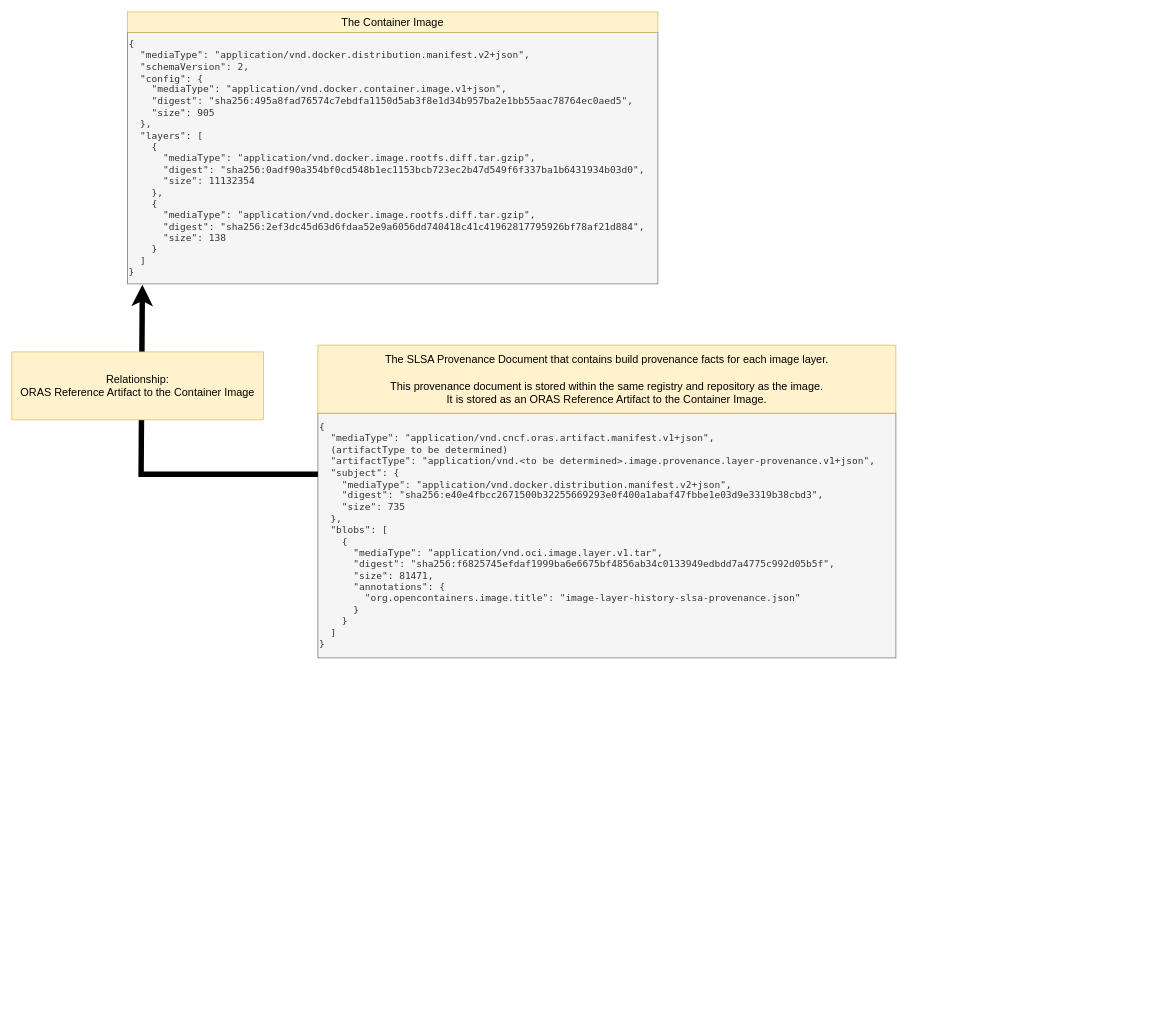
Above: docs/media/readme/image-layer-provenance-document-stored-as-oras-reference-artifact.drawio in deislabs/image-layer-provenance (draw.io), before the change. Source tidied: cells renumbered, new cells numbered last; positions are measured from the earlier drawing's top-left corner, leaving out a move shared by most shapes. Both pictures are drawn from the tidied source at 68%, with x=0, y=0 at pixel (12, 12).
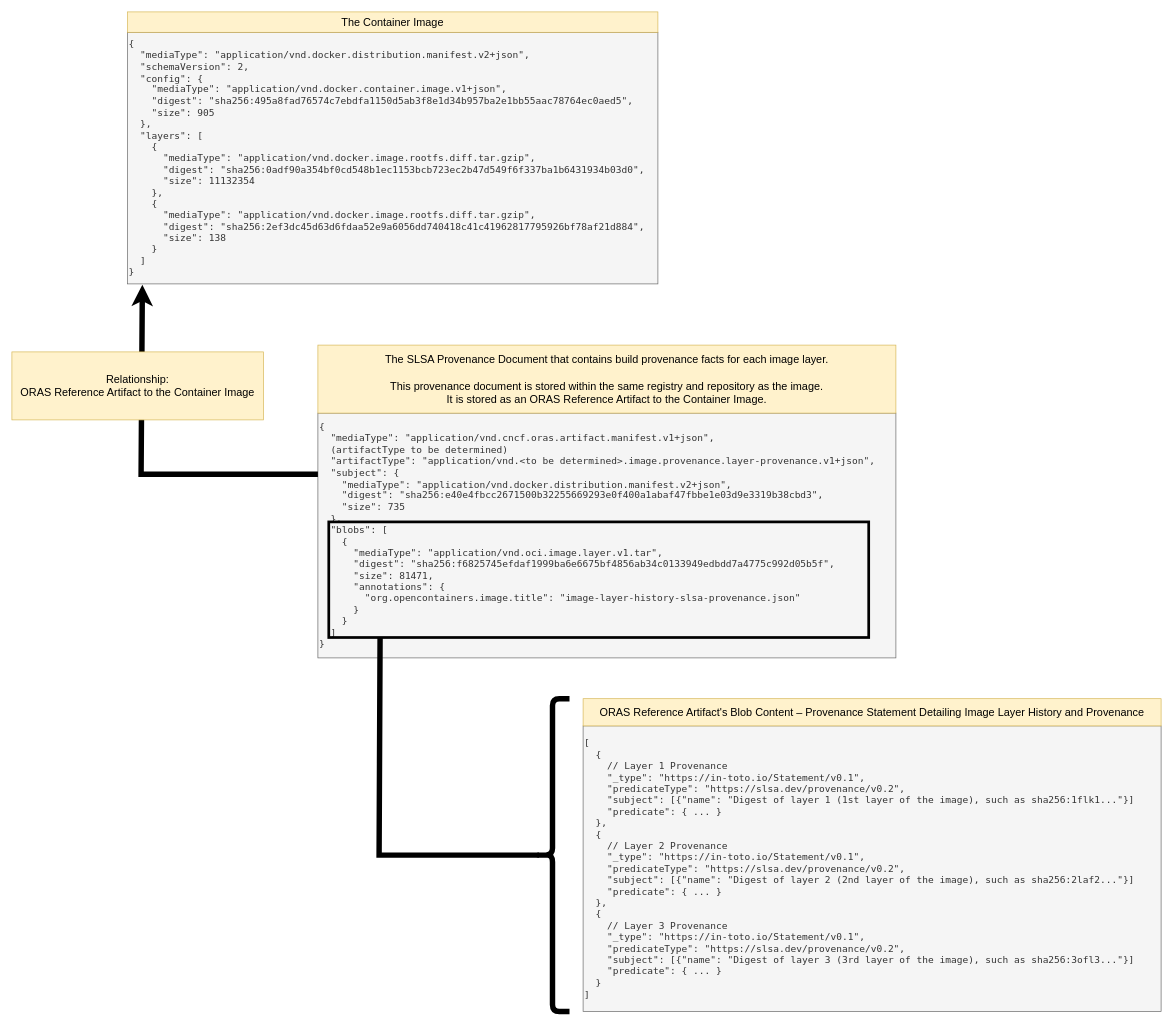
After the change.

Diff of the diagram source:
```diff
@@
 <mxGraphModel>
   <root>
     <mxCell id="0" />
     <mxCell id="1" parent="0" />
     <mxCell id="2" value="&lt;div&gt;{&lt;/div&gt;&lt;div&gt;&amp;nbsp; &quot;mediaType&quot;: &quot;application/vnd.cncf.oras.artifact.manifest.v1+json&quot;,&lt;/div&gt;&lt;div&gt;&amp;nbsp; (artifactType to be determined)&lt;/div&gt;&lt;div&gt;&amp;nbsp; &quot;artifactType&quot;: &quot;application/vnd.&amp;lt;to be determined&amp;gt;.image.provenance.layer-provenance.v1+json&quot;,&lt;/div&gt;&lt;div&gt;&amp;nbsp; &quot;subject&quot;: {&lt;/div&gt;&lt;div&gt;&amp;nbsp; &amp;nbsp; &quot;mediaType&quot;: &quot;application/vnd.docker.distribution.manifest.v2+json&quot;,&lt;/div&gt;&lt;div&gt;&amp;nbsp; &amp;nbsp; &quot;digest&quot;: &quot;sha256:e40e4fbcc2671500b32255669293e0f400a1abaf47fbbe1e03d9e3319b38cbd3&quot;,&lt;/div&gt;&lt;div&gt;&amp;nbsp; &amp;nbsp; &quot;size&quot;: 735&lt;/div&gt;&lt;div&gt;&amp;nbsp; },&lt;/div&gt;&lt;div&gt;&amp;nbsp; &quot;blobs&quot;: [&lt;/div&gt;&lt;div&gt;&amp;nbsp; &amp;nbsp; {&lt;/div&gt;&lt;div&gt;&amp;nbsp; &amp;nbsp; &amp;nbsp; &quot;mediaType&quot;: &quot;application/vnd.oci.image.layer.v1.tar&quot;,&lt;/div&gt;&lt;div&gt;&amp;nbsp; &amp;nbsp; &amp;nbsp; &quot;digest&quot;: &quot;sha256:f6825745efdaf1999ba6e6675bf4856ab34c0133949edbdd7a4775c992d05b5f&quot;,&lt;/div&gt;&lt;div&gt;&amp;nbsp; &amp;nbsp; &amp;nbsp; &quot;size&quot;: 81471,&lt;/div&gt;&lt;div&gt;&amp;nbsp; &amp;nbsp; &amp;nbsp; &quot;annotations&quot;: {&lt;/div&gt;&lt;div&gt;&amp;nbsp; &amp;nbsp; &amp;nbsp; &amp;nbsp; &quot;org.opencontainers.image.title&quot;: &quot;image-layer-history-slsa-provenance.json&quot;&lt;/div&gt;&lt;div&gt;&amp;nbsp; &amp;nbsp; &amp;nbsp; }&lt;/div&gt;&lt;div&gt;&amp;nbsp; &amp;nbsp; }&lt;/div&gt;&lt;div&gt;&amp;nbsp; ]&lt;/div&gt;&lt;div&gt;}&lt;/div&gt;" style="text;html=1;strokeColor=#666666;fillColor=#f5f5f5;align=left;verticalAlign=middle;whiteSpace=wrap;rounded=0;fontFamily=Lucida Console;fontSize=14;fontColor=#333333;" parent="1" vertex="1">
       <mxGeometry x="450" y="590" width="850" height="360" as="geometry" />
     </mxCell>
     <mxCell id="3" value="&lt;div&gt;{&lt;/div&gt;&lt;div&gt;&amp;nbsp; &quot;mediaType&quot;: &quot;application/vnd.docker.distribution.manifest.v2+json&quot;,&lt;/div&gt;&lt;div&gt;&amp;nbsp; &quot;schemaVersion&quot;: 2,&lt;/div&gt;&lt;div&gt;&amp;nbsp; &quot;config&quot;: {&lt;/div&gt;&lt;div&gt;&amp;nbsp; &amp;nbsp; &quot;mediaType&quot;: &quot;application/vnd.docker.container.image.v1+json&quot;,&lt;/div&gt;&lt;div&gt;&amp;nbsp; &amp;nbsp; &quot;digest&quot;: &quot;sha256:495a8fad76574c7ebdfa1150d5ab3f8e1d34b957ba2e1bb55aac78764ec0aed5&quot;,&lt;/div&gt;&lt;div&gt;&amp;nbsp; &amp;nbsp; &quot;size&quot;: 905&lt;/div&gt;&lt;div&gt;&amp;nbsp; },&lt;/div&gt;&lt;div&gt;&amp;nbsp; &quot;layers&quot;: [&lt;/div&gt;&lt;div&gt;&amp;nbsp; &amp;nbsp; {&lt;/div&gt;&lt;div&gt;&amp;nbsp; &amp;nbsp; &amp;nbsp; &quot;mediaType&quot;: &quot;application/vnd.docker.image.rootfs.diff.tar.gzip&quot;,&lt;/div&gt;&lt;div&gt;&amp;nbsp; &amp;nbsp; &amp;nbsp; &quot;digest&quot;: &quot;sha256:0adf90a354bf0cd548b1ec1153bcb723ec2b47d549f6f337ba1b6431934b03d0&quot;,&lt;/div&gt;&lt;div&gt;&amp;nbsp; &amp;nbsp; &amp;nbsp; &quot;size&quot;: 11132354&lt;/div&gt;&lt;div&gt;&amp;nbsp; &amp;nbsp; },&lt;/div&gt;&lt;div&gt;&amp;nbsp; &amp;nbsp; {&lt;/div&gt;&lt;div&gt;&amp;nbsp; &amp;nbsp; &amp;nbsp; &quot;mediaType&quot;: &quot;application/vnd.docker.image.rootfs.diff.tar.gzip&quot;,&lt;/div&gt;&lt;div&gt;&amp;nbsp; &amp;nbsp; &amp;nbsp; &quot;digest&quot;: &quot;sha256:2ef3dc45d63d6fdaa52e9a6056dd740418c41c41962817795926bf78af21d884&quot;,&lt;/div&gt;&lt;div&gt;&amp;nbsp; &amp;nbsp; &amp;nbsp; &quot;size&quot;: 138&lt;/div&gt;&lt;div&gt;&amp;nbsp; &amp;nbsp; }&lt;/div&gt;&lt;div&gt;&amp;nbsp; ]&lt;/div&gt;&lt;div&gt;}&lt;/div&gt;" style="text;html=1;strokeColor=#666666;fillColor=#f5f5f5;align=left;verticalAlign=middle;whiteSpace=wrap;rounded=0;fontFamily=Lucida Console;fontSize=14;fontColor=#333333;" parent="1" vertex="1">
       <mxGeometry x="170" y="30" width="780" height="370" as="geometry" />
     </mxCell>
     <mxCell id="4" value="&lt;font style=&quot;font-size: 16px;&quot; face=&quot;Helvetica&quot;&gt;The Container Image&lt;/font&gt;" style="text;html=1;strokeColor=#d6b656;fillColor=#fff2cc;align=center;verticalAlign=middle;whiteSpace=wrap;rounded=0;fontFamily=Courier New;fontSize=12;" parent="1" vertex="1">
       <mxGeometry x="170" width="780" height="30" as="geometry" />
     </mxCell>
     <mxCell id="5" value="&lt;font style=&quot;font-size: 16px;&quot; face=&quot;Helvetica&quot;&gt;The SLSA Provenance Document that contains build provenance facts for each image layer.&lt;br&gt;&lt;br&gt;This provenance document is stored within the same registry and repository as the image.&lt;br&gt;It is stored as an ORAS Reference Artifact to the Container Image.&lt;br&gt;&lt;/font&gt;" style="text;html=1;strokeColor=#d6b656;fillColor=#fff2cc;align=center;verticalAlign=middle;whiteSpace=wrap;rounded=0;fontFamily=Courier New;fontSize=12;" parent="1" vertex="1">
       <mxGeometry x="450" y="490" width="850" height="100" as="geometry" />
     </mxCell>
     <mxCell id="6" style="endArrow=classic;html=1;rounded=0;fontFamily=Helvetica;fontSize=16;exitX=0;exitY=0.25;exitDx=0;exitDy=0;entryX=0.028;entryY=1.003;entryDx=0;entryDy=0;strokeWidth=8;entryPerimeter=0;" parent="1" edge="1" source="2" target="3">
       <mxGeometry relative="1" as="geometry">
         <Array as="points">
           <mxPoint x="190" y="680" />
         </Array>
       </mxGeometry>
     </mxCell>
     <mxCell id="7" value="&lt;font style=&quot;font-size: 16px;&quot; face=&quot;Helvetica&quot;&gt;Relationship:&lt;br&gt;ORAS Reference Artifact to the Container Image&lt;br&gt;&lt;/font&gt;" style="text;html=1;strokeColor=#d6b656;fillColor=#fff2cc;align=center;verticalAlign=middle;whiteSpace=wrap;rounded=0;fontFamily=Courier New;fontSize=12;" parent="1" vertex="1">
       <mxGeometry y="500" width="370" height="100" as="geometry" />
     </mxCell>
+    <mxCell id="8" value="&lt;div&gt;[&lt;/div&gt;&lt;div&gt;&amp;nbsp; {&lt;/div&gt;&lt;div&gt;&amp;nbsp; &amp;nbsp; // Layer 1 Provenance&lt;/div&gt;&lt;div&gt;&amp;nbsp; &amp;nbsp; &quot;_type&quot;: &quot;https://in-toto.io/Statement/v0.1&quot;,&lt;/div&gt;&lt;div&gt;&amp;nbsp; &amp;nbsp; &quot;predicateType&quot;: &quot;https://slsa.dev/provenance/v0.2&quot;,&lt;/div&gt;&lt;div&gt;&amp;nbsp; &amp;nbsp; &quot;subject&quot;: [{&quot;name&quot;: &quot;Digest of layer 1 (1st layer of the image), such as sha256:1flk1...&quot;}]&lt;/div&gt;&lt;div&gt;&amp;nbsp; &amp;nbsp; &quot;predicate&quot;: { ... }&amp;nbsp;&lt;/div&gt;&lt;div&gt;&amp;nbsp; },&lt;/div&gt;&lt;div&gt;&amp;nbsp; {&lt;/div&gt;&lt;div&gt;&amp;nbsp; &amp;nbsp; // Layer 2 Provenance&lt;/div&gt;&lt;div&gt;&amp;nbsp; &amp;nbsp; &quot;_type&quot;: &quot;https://in-toto.io/Statement/v0.1&quot;,&lt;/div&gt;&lt;div&gt;&amp;nbsp; &amp;nbsp; &quot;predicateType&quot;: &quot;https://slsa.dev/provenance/v0.2&quot;,&lt;/div&gt;&lt;div&gt;&amp;nbsp; &amp;nbsp; &quot;subject&quot;: [{&quot;name&quot;: &quot;Digest of layer 2 (2nd layer of the image), such as sha256:2laf2...&quot;}]&lt;/div&gt;&lt;div&gt;&amp;nbsp; &amp;nbsp; &quot;predicate&quot;: { ... }&amp;nbsp;&lt;/div&gt;&lt;div&gt;&amp;nbsp; },&lt;/div&gt;&lt;div&gt;&amp;nbsp; {&lt;/div&gt;&lt;div&gt;&amp;nbsp; &amp;nbsp; // Layer 3 Provenance&lt;/div&gt;&lt;div&gt;&amp;nbsp; &amp;nbsp; &quot;_type&quot;: &quot;https://in-toto.io/Statement/v0.1&quot;,&lt;/div&gt;&lt;div&gt;&amp;nbsp; &amp;nbsp; &quot;predicateType&quot;: &quot;https://slsa.dev/provenance/v0.2&quot;,&lt;/div&gt;&lt;div&gt;&amp;nbsp; &amp;nbsp; &quot;subject&quot;: [{&quot;name&quot;: &quot;Digest of layer 3 (3rd layer of the image), such as sha256:3ofl3...&quot;}]&lt;/div&gt;&lt;div&gt;&amp;nbsp; &amp;nbsp; &quot;predicate&quot;: { ... }&amp;nbsp;&lt;/div&gt;&lt;div&gt;&amp;nbsp; }&lt;/div&gt;&lt;div&gt;]&lt;/div&gt;" style="text;html=1;strokeColor=#666666;fillColor=#f5f5f5;align=left;verticalAlign=middle;whiteSpace=wrap;rounded=0;fontFamily=Lucida Console;fontSize=14;fontColor=#333333;" parent="1" vertex="1">
+      <mxGeometry x="840" y="1050" width="850" height="420" as="geometry" />
+    </mxCell>
+    <mxCell id="9" value="&lt;font style=&quot;&quot; face=&quot;Helvetica&quot;&gt;&lt;span style=&quot;font-size: 16px;&quot;&gt;ORAS Reference Artifact's Blob Content – Provenance Statement Detailing Image Layer History and Provenance&lt;/span&gt;&lt;br&gt;&lt;/font&gt;" style="text;html=1;strokeColor=#d6b656;fillColor=#fff2cc;align=center;verticalAlign=middle;whiteSpace=wrap;rounded=0;fontFamily=Courier New;fontSize=12;" parent="1" vertex="1">
+      <mxGeometry x="840" y="1010" width="850" height="40" as="geometry" />
+    </mxCell>
+    <mxCell id="10" style="shape=curlyBracket;whiteSpace=wrap;html=1;rounded=1;fontFamily=Helvetica;fontSize=16;fillColor=none;strokeWidth=8;" parent="1" vertex="1">
+      <mxGeometry x="770" y="1010" width="50" height="460" as="geometry" />
+    </mxCell>
+    <mxCell id="11" style="endArrow=none;html=1;rounded=0;fontFamily=Helvetica;fontSize=16;strokeWidth=8;exitX=0.1;exitY=0.5;exitDx=0;exitDy=0;exitPerimeter=0;entryX=0.095;entryY=1.005;entryDx=0;entryDy=0;entryPerimeter=0;endFill=0;" parent="1" edge="1" source="10" target="12">
+      <mxGeometry relative="1" as="geometry">
+        <Array as="points">
+          <mxPoint x="540" y="1240" />
+        </Array>
+      </mxGeometry>
+    </mxCell>
+    <mxCell id="12" style="rounded=0;whiteSpace=wrap;html=1;fontFamily=Helvetica;fontSize=16;strokeWidth=4;fillColor=none;" parent="1" vertex="1">
+      <mxGeometry x="466" y="750" width="794" height="170" as="geometry" />
+    </mxCell>
   </root>
 </mxGraphModel>
```
